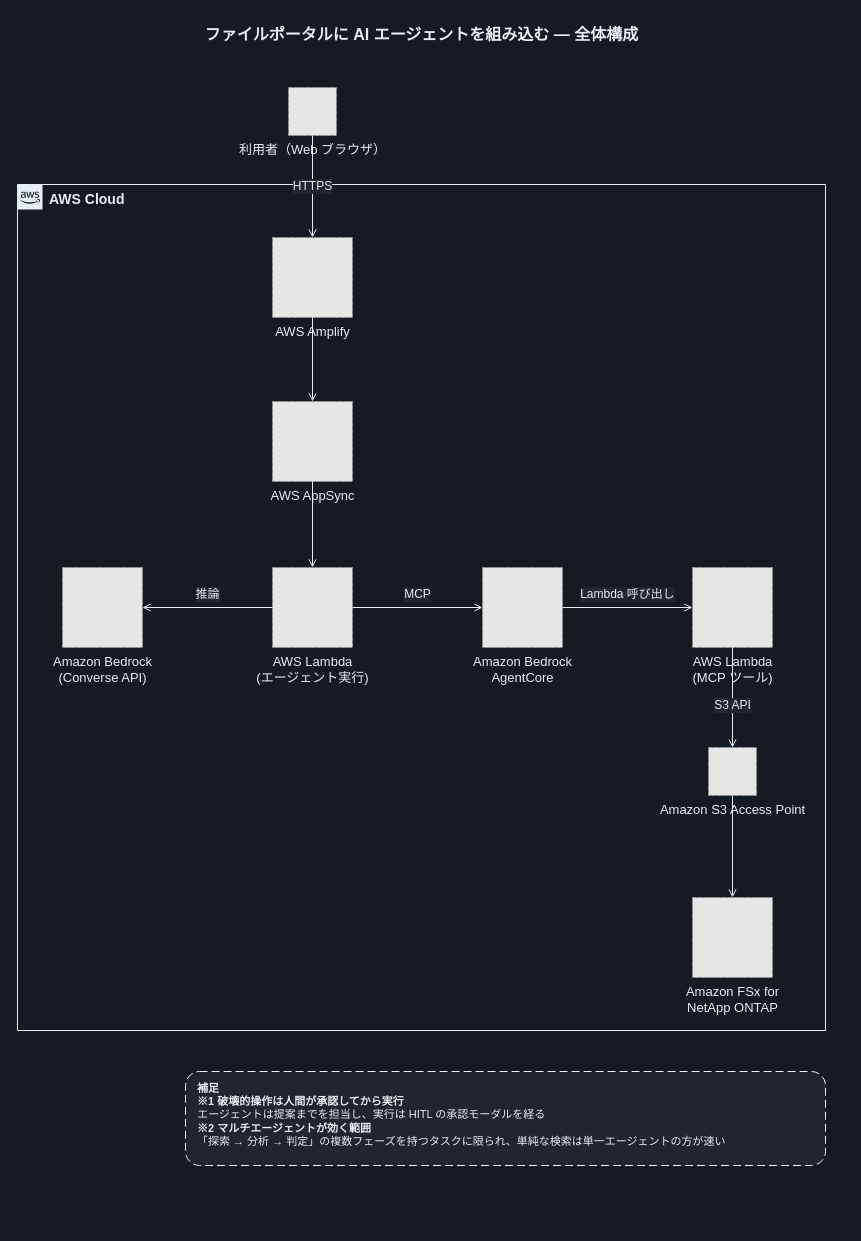
Above: docs/diagrams/dark/part3-ai-agent-overview.drawio in Yoshiki0705/FSx-for-ONTAP-S3AccessPoints-Serverless-Patterns (draw.io), before the change. Source tidied: cells renumbered, new cells numbered last; positions are measured from the earlier drawing's top-left corner, leaving out a move shared by most shapes. Both pictures are drawn from the tidied source at 100%, with x=0, y=0 at pixel (17, 17). Pictures stored in the file or linked from it are replaced by grey dashed boxes.
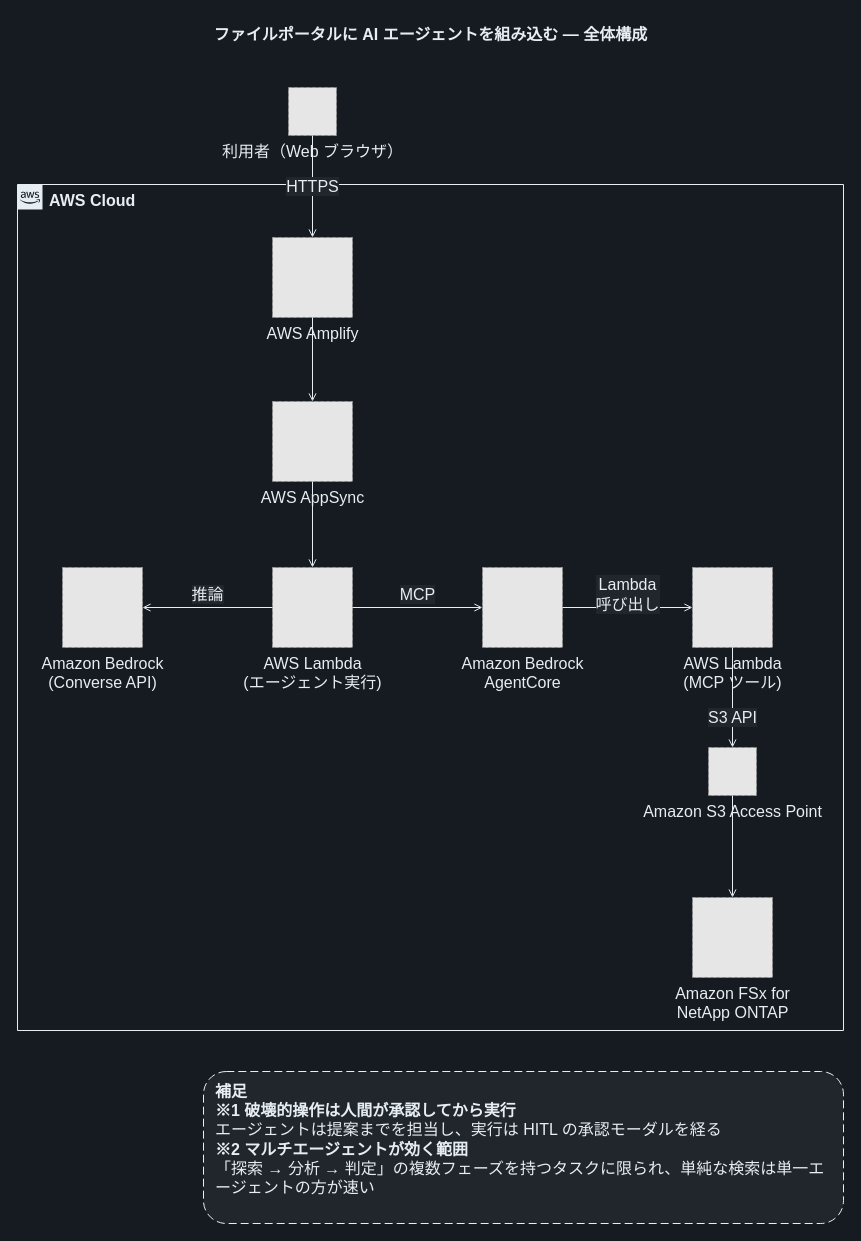
Above is the later version.

Diff of the diagram source:
```diff
@@
     <mxCell id="2" value="ファイルポータルに AI エージェントを組み込む — 全体構成" style="text;html=1;align=center;verticalAlign=middle;fontSize=16;fontStyle=1;fontColor=#E6EDF3;" parent="1" vertex="1">
-      <mxGeometry width="808" height="34" as="geometry" />
+      <mxGeometry width="826" height="34" as="geometry" />
     </mxCell>
-    <mxCell id="3" value="AWS Cloud" style="gradientColor=none;html=1;whiteSpace=wrap;fontSize=14;fontStyle=1;shape=mxgraph.aws4.group;grIcon=mxgraph.aws4.group_aws_cloud_alt;strokeColor=#E6EDF3;fillColor=none;verticalAlign=top;align=left;spacingLeft=30;fontColor=#E6EDF3;dashed=0;" parent="1" vertex="1">
-      <mxGeometry y="167" width="808" height="846" as="geometry" />
+    <mxCell id="3" value="AWS Cloud" style="gradientColor=none;html=1;whiteSpace=wrap;fontSize=16;fontStyle=1;shape=mxgraph.aws4.group;grIcon=mxgraph.aws4.group_aws_cloud_alt;strokeColor=#E6EDF3;fillColor=none;verticalAlign=top;align=left;spacingLeft=30;fontColor=#E6EDF3;dashed=0;" parent="1" vertex="1">
+      <mxGeometry y="167" width="826" height="846" as="geometry" />
     </mxCell>
-    <mxCell id="4" value="利用者（Web ブラウザ）" style="fillColor=#E6E6E6;strokeColor=#999999;dashed=1;html=1;verticalLabelPosition=bottom;verticalAlign=top;labelPosition=center;align=center;fontSize=13;fontColor=#E6EDF3;" parent="1" vertex="1">
+    <mxCell id="4" value="利用者（Web ブラウザ）" style="fillColor=#E6E6E6;strokeColor=#999999;dashed=1;html=1;verticalLabelPosition=bottom;verticalAlign=top;labelPosition=center;align=center;fontSize=16;fontColor=#E6EDF3;" parent="1" vertex="1">
       <mxGeometry x="271" y="70" width="48" height="48" as="geometry" />
     </mxCell>
-    <mxCell id="5" value="AWS Amplify" style="fillColor=#E6E6E6;strokeColor=#999999;dashed=1;html=1;verticalLabelPosition=bottom;verticalAlign=top;labelPosition=center;align=center;fontSize=13;fontColor=#E6EDF3;" parent="1" vertex="1">
+    <mxCell id="5" value="AWS Amplify" style="fillColor=#E6E6E6;strokeColor=#999999;dashed=1;html=1;verticalLabelPosition=bottom;verticalAlign=top;labelPosition=center;align=center;fontSize=16;fontColor=#E6EDF3;" parent="1" vertex="1">
       <mxGeometry x="255" y="220" width="80" height="80" as="geometry" />
     </mxCell>
-    <mxCell id="6" value="AWS AppSync" style="fillColor=#E6E6E6;strokeColor=#999999;dashed=1;html=1;verticalLabelPosition=bottom;verticalAlign=top;labelPosition=center;align=center;fontSize=13;fontColor=#E6EDF3;" parent="1" vertex="1">
+    <mxCell id="6" value="AWS AppSync" style="fillColor=#E6E6E6;strokeColor=#999999;dashed=1;html=1;verticalLabelPosition=bottom;verticalAlign=top;labelPosition=center;align=center;fontSize=16;fontColor=#E6EDF3;" parent="1" vertex="1">
       <mxGeometry x="255" y="384" width="80" height="80" as="geometry" />
     </mxCell>
-    <mxCell id="7" value="Amazon Bedrock&lt;br&gt;(Converse API)" style="fillColor=#E6E6E6;strokeColor=#999999;dashed=1;html=1;verticalLabelPosition=bottom;verticalAlign=top;labelPosition=center;align=center;fontSize=13;fontColor=#E6EDF3;" parent="1" vertex="1">
+    <mxCell id="7" value="Amazon Bedrock&lt;br&gt;(Converse API)" style="fillColor=#E6E6E6;strokeColor=#999999;dashed=1;html=1;verticalLabelPosition=bottom;verticalAlign=top;labelPosition=center;align=center;fontSize=16;fontColor=#E6EDF3;" parent="1" vertex="1">
       <mxGeometry x="45" y="550" width="80" height="80" as="geometry" />
     </mxCell>
-    <mxCell id="8" value="AWS Lambda&lt;br&gt;(エージェント実行)" style="fillColor=#E6E6E6;strokeColor=#999999;dashed=1;html=1;verticalLabelPosition=bottom;verticalAlign=top;labelPosition=center;align=center;fontSize=13;fontColor=#E6EDF3;" parent="1" vertex="1">
+    <mxCell id="8" value="AWS Lambda&lt;br&gt;(エージェント実行)" style="fillColor=#E6E6E6;strokeColor=#999999;dashed=1;html=1;verticalLabelPosition=bottom;verticalAlign=top;labelPosition=center;align=center;fontSize=16;fontColor=#E6EDF3;" parent="1" vertex="1">
       <mxGeometry x="255" y="550" width="80" height="80" as="geometry" />
     </mxCell>
-    <mxCell id="9" value="Amazon Bedrock&lt;br&gt;AgentCore" style="fillColor=#E6E6E6;strokeColor=#999999;dashed=1;html=1;verticalLabelPosition=bottom;verticalAlign=top;labelPosition=center;align=center;fontSize=13;fontColor=#E6EDF3;" parent="1" vertex="1">
+    <mxCell id="9" value="Amazon Bedrock&lt;br&gt;AgentCore" style="fillColor=#E6E6E6;strokeColor=#999999;dashed=1;html=1;verticalLabelPosition=bottom;verticalAlign=top;labelPosition=center;align=center;fontSize=16;fontColor=#E6EDF3;" parent="1" vertex="1">
       <mxGeometry x="465" y="550" width="80" height="80" as="geometry" />
     </mxCell>
-    <mxCell id="10" value="AWS Lambda&lt;br&gt;(MCP ツール)" style="fillColor=#E6E6E6;strokeColor=#999999;dashed=1;html=1;verticalLabelPosition=bottom;verticalAlign=top;labelPosition=center;align=center;fontSize=13;fontColor=#E6EDF3;" parent="1" vertex="1">
+    <mxCell id="10" value="AWS Lambda&lt;br&gt;(MCP ツール)" style="fillColor=#E6E6E6;strokeColor=#999999;dashed=1;html=1;verticalLabelPosition=bottom;verticalAlign=top;labelPosition=center;align=center;fontSize=16;fontColor=#E6EDF3;" parent="1" vertex="1">
       <mxGeometry x="675" y="550" width="80" height="80" as="geometry" />
     </mxCell>
-    <mxCell id="11" value="Amazon S3 Access Point" style="fillColor=#E6E6E6;strokeColor=#999999;dashed=1;html=1;verticalLabelPosition=bottom;verticalAlign=top;labelPosition=center;align=center;fontSize=13;fontColor=#E6EDF3;" parent="1" vertex="1">
+    <mxCell id="11" value="Amazon S3 Access Point" style="fillColor=#E6E6E6;strokeColor=#999999;dashed=1;html=1;verticalLabelPosition=bottom;verticalAlign=top;labelPosition=center;align=center;fontSize=16;fontColor=#E6EDF3;" parent="1" vertex="1">
       <mxGeometry x="691" y="730" width="48" height="48" as="geometry" />
     </mxCell>
-    <mxCell id="12" value="Amazon FSx for&lt;br&gt;NetApp ONTAP" style="fillColor=#E6E6E6;strokeColor=#999999;dashed=1;html=1;verticalLabelPosition=bottom;verticalAlign=top;labelPosition=center;align=center;fontSize=13;fontColor=#E6EDF3;" parent="1" vertex="1">
+    <mxCell id="12" value="Amazon FSx for&lt;br&gt;NetApp ONTAP" style="fillColor=#E6E6E6;strokeColor=#999999;dashed=1;html=1;verticalLabelPosition=bottom;verticalAlign=top;labelPosition=center;align=center;fontSize=16;fontColor=#E6EDF3;" parent="1" vertex="1">
       <mxGeometry x="675" y="880" width="80" height="80" as="geometry" />
     </mxCell>
-    <mxCell id="13" value="HTTPS" style="edgeStyle=orthogonalEdgeStyle;rounded=0;jettySize=auto;html=1;endArrow=open;endFill=0;strokeColor=#E6EDF3;strokeWidth=1;fontSize=12;fontColor=#E6EDF3;labelBackgroundColor=#21262D;" parent="1" edge="1" source="4" target="5">
+    <mxCell id="13" value="HTTPS" style="edgeStyle=orthogonalEdgeStyle;rounded=0;jettySize=auto;html=1;endArrow=open;endFill=0;strokeColor=#E6EDF3;strokeWidth=1;fontSize=16;fontColor=#E6EDF3;labelBackgroundColor=#21262D;" parent="1" edge="1" source="4" target="5">
       <mxGeometry relative="1" as="geometry" />
     </mxCell>
-    <mxCell id="14" style="edgeStyle=orthogonalEdgeStyle;rounded=0;jettySize=auto;html=1;endArrow=open;endFill=0;strokeColor=#E6EDF3;strokeWidth=1;fontSize=12;fontColor=#E6EDF3;labelBackgroundColor=#21262D;" parent="1" edge="1" source="5" target="6">
+    <mxCell id="14" style="edgeStyle=orthogonalEdgeStyle;rounded=0;jettySize=auto;html=1;endArrow=open;endFill=0;strokeColor=#E6EDF3;strokeWidth=1;fontSize=16;fontColor=#E6EDF3;labelBackgroundColor=#21262D;" parent="1" edge="1" source="5" target="6">
       <mxGeometry relative="1" as="geometry" />
     </mxCell>
-    <mxCell id="15" style="edgeStyle=orthogonalEdgeStyle;rounded=0;jettySize=auto;html=1;endArrow=open;endFill=0;strokeColor=#E6EDF3;strokeWidth=1;fontSize=12;fontColor=#E6EDF3;labelBackgroundColor=#21262D;" parent="1" edge="1" source="6" target="8">
+    <mxCell id="15" style="edgeStyle=orthogonalEdgeStyle;rounded=0;jettySize=auto;html=1;endArrow=open;endFill=0;strokeColor=#E6EDF3;strokeWidth=1;fontSize=16;fontColor=#E6EDF3;labelBackgroundColor=#21262D;" parent="1" edge="1" source="6" target="8">
       <mxGeometry relative="1" as="geometry" />
     </mxCell>
-    <mxCell id="16" value="推論" style="edgeStyle=orthogonalEdgeStyle;rounded=0;jettySize=auto;html=1;endArrow=open;endFill=0;strokeColor=#E6EDF3;strokeWidth=1;fontSize=12;fontColor=#E6EDF3;labelBackgroundColor=#21262D;" parent="1" edge="1" source="8" target="7">
+    <mxCell id="16" value="推論" style="edgeStyle=orthogonalEdgeStyle;rounded=0;jettySize=auto;html=1;endArrow=open;endFill=0;strokeColor=#E6EDF3;strokeWidth=1;fontSize=16;fontColor=#E6EDF3;labelBackgroundColor=#21262D;" parent="1" edge="1" source="8" target="7">
       <mxGeometry relative="1" as="geometry">
         <mxPoint y="-13" as="offset" />
       </mxGeometry>
     </mxCell>
-    <mxCell id="17" value="MCP" style="edgeStyle=orthogonalEdgeStyle;rounded=0;jettySize=auto;html=1;endArrow=open;endFill=0;strokeColor=#E6EDF3;strokeWidth=1;fontSize=12;fontColor=#E6EDF3;labelBackgroundColor=#21262D;" parent="1" edge="1" source="8" target="9">
+    <mxCell id="17" value="MCP" style="edgeStyle=orthogonalEdgeStyle;rounded=0;jettySize=auto;html=1;endArrow=open;endFill=0;strokeColor=#E6EDF3;strokeWidth=1;fontSize=16;fontColor=#E6EDF3;labelBackgroundColor=#21262D;" parent="1" edge="1" source="8" target="9">
       <mxGeometry relative="1" as="geometry">
         <mxPoint y="-13" as="offset" />
       </mxGeometry>
     </mxCell>
-    <mxCell id="18" value="Lambda 呼び出し" style="edgeStyle=orthogonalEdgeStyle;rounded=0;jettySize=auto;html=1;endArrow=open;endFill=0;strokeColor=#E6EDF3;strokeWidth=1;fontSize=12;fontColor=#E6EDF3;labelBackgroundColor=#21262D;" parent="1" edge="1" source="9" target="10">
+    <mxCell id="18" value="Lambda&lt;br&gt;呼び出し" style="edgeStyle=orthogonalEdgeStyle;rounded=0;jettySize=auto;html=1;endArrow=open;endFill=0;strokeColor=#E6EDF3;strokeWidth=1;fontSize=16;fontColor=#E6EDF3;labelBackgroundColor=#21262D;" parent="1" edge="1" source="9" target="10">
       <mxGeometry relative="1" as="geometry">
         <mxPoint y="-13" as="offset" />
       </mxGeometry>
     </mxCell>
-    <mxCell id="19" value="S3 API" style="edgeStyle=orthogonalEdgeStyle;rounded=0;jettySize=auto;html=1;endArrow=open;endFill=0;strokeColor=#E6EDF3;strokeWidth=1;fontSize=12;fontColor=#E6EDF3;labelBackgroundColor=#21262D;" parent="1" edge="1" source="10" target="11">
+    <mxCell id="19" value="S3 API" style="edgeStyle=orthogonalEdgeStyle;rounded=0;jettySize=auto;html=1;endArrow=open;endFill=0;strokeColor=#E6EDF3;strokeWidth=1;fontSize=16;fontColor=#E6EDF3;labelBackgroundColor=#21262D;" parent="1" edge="1" source="10" target="11">
       <mxGeometry relative="1" as="geometry">
-        <mxPoint y="8" as="offset" />
+        <mxPoint y="20" as="offset" />
       </mxGeometry>
     </mxCell>
-    <mxCell id="20" style="edgeStyle=orthogonalEdgeStyle;rounded=0;jettySize=auto;html=1;endArrow=open;endFill=0;strokeColor=#E6EDF3;strokeWidth=1;fontSize=12;fontColor=#E6EDF3;labelBackgroundColor=#21262D;" parent="1" edge="1" source="11" target="12">
+    <mxCell id="20" style="edgeStyle=orthogonalEdgeStyle;rounded=0;jettySize=auto;html=1;endArrow=open;endFill=0;strokeColor=#E6EDF3;strokeWidth=1;fontSize=16;fontColor=#E6EDF3;labelBackgroundColor=#21262D;" parent="1" edge="1" source="11" target="12">
       <mxGeometry relative="1" as="geometry" />
     </mxCell>
-    <mxCell id="21" value="&lt;b&gt;補足&lt;/b&gt;&lt;br&gt;&lt;b&gt;※1 破壊的操作は人間が承認してから実行&lt;/b&gt;&lt;br&gt;エージェントは提案までを担当し、実行は HITL の承認モーダルを経る&lt;br&gt;&lt;b&gt;※2 マルチエージェントが効く範囲&lt;/b&gt;&lt;br&gt;「探索 → 分析 → 判定」の複数フェーズを持つタスクに限られ、単純な検索は単一エージェントの方が速い" style="rounded=1;whiteSpace=wrap;html=1;dashed=1;dashPattern=8 4;strokeColor=#E6EDF3;fillColor=#21262D;align=left;verticalAlign=top;spacingLeft=10;spacingTop=4;fontSize=11;fontColor=#E6EDF3;" parent="1" vertex="1">
-      <mxGeometry x="168" y="1054" width="640" height="94" as="geometry" />
+    <mxCell id="21" value="&lt;b&gt;補足&lt;/b&gt;&lt;br&gt;&lt;b&gt;※1 破壊的操作は人間が承認してから実行&lt;/b&gt;&lt;br&gt;エージェントは提案までを担当し、実行は HITL の承認モーダルを経る&lt;br&gt;&lt;b&gt;※2 マルチエージェントが効く範囲&lt;/b&gt;&lt;br&gt;「探索 → 分析 → 判定」の複数フェーズを持つタスクに限られ、単純な検索は単一エ&lt;br&gt;ージェントの方が速い" style="rounded=1;whiteSpace=wrap;html=1;dashed=1;dashPattern=8 4;strokeColor=#E6EDF3;fillColor=#21262D;align=left;verticalAlign=top;spacingLeft=10;spacingTop=4;fontSize=16;fontColor=#E6EDF3;" parent="1" vertex="1">
+      <mxGeometry x="186" y="1054" width="640" height="152" as="geometry" />
     </mxCell>
```
